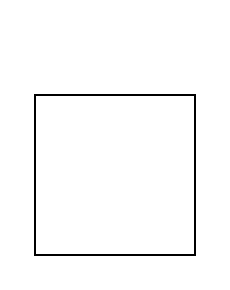
Earlier version of the draw.io diagram Untitled Diagram.drawio (dysources/dysources). Source tidied: cells renumbered, new cells numbered last; positions are measured from the earlier drawing's top-left corner, leaving out a move shared by most shapes. Both pictures are drawn from the tidied source at 200%, with x=0, y=0 at pixel (34, 94).
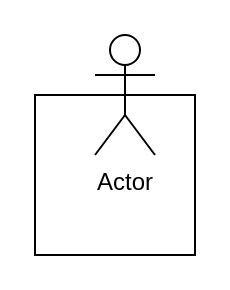
The same page after the edit.

Commit message:
指定文件夹

What changed in the source:
```diff
@@
 <mxGraphModel>
   <root>
     <mxCell id="0" />
     <mxCell id="1" parent="0" />
     <mxCell id="2" style="whiteSpace=wrap;html=1;" parent="1" vertex="1">
       <mxGeometry width="80" height="80" as="geometry" />
     </mxCell>
+    <mxCell id="3" value="Actor" style="shape=umlActor;verticalLabelPosition=bottom;verticalAlign=top;html=1;" parent="1" vertex="1">
+      <mxGeometry x="30" y="-30" width="30" height="60" as="geometry" />
+    </mxCell>
   </root>
 </mxGraphModel>
```
